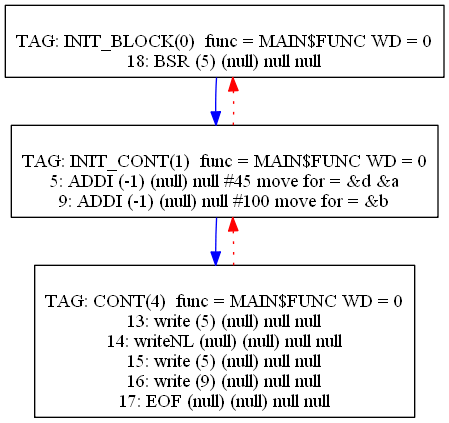
Before: Compiler/0graph.png, a diagram exported from Graphviz (mbajaj92/Project-Astoria). Its source is kept beside it as Compiler/0graph.dot.
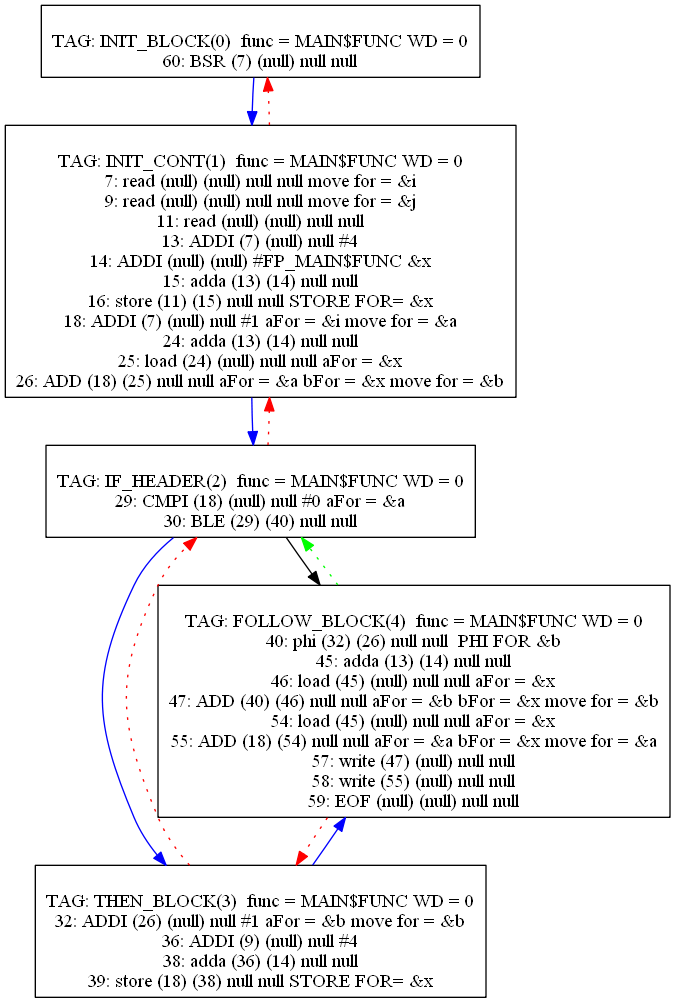
After the change.

The edit, as a diff of the source:
```diff
@@ -1,26 +1,59 @@
 digraph {
 0[label="
 TAG: INIT_BLOCK(0)  func = MAIN$FUNC WD = 0
-18: BSR (5) (null) null null
+60: BSR (7) (null) null null
 "];
 0[shape=box];
 0 -> 1[color=blue]
 1[label="
 TAG: INIT_CONT(1)  func = MAIN$FUNC WD = 0
-5: ADDI (-1) (null) null #45 move for = &d &a
-9: ADDI (-1) (null) null #100 move for = &b
+7: read (null) (null) null null move for = &i
+9: read (null) (null) null null move for = &j
+11: read (null) (null) null null
+13: ADDI (7) (null) null #4
+14: ADDI (null) (null) #FP_MAIN$FUNC &x
+15: adda (13) (14) null null
+16: store (11) (15) null null STORE FOR= &x
+18: ADDI (7) (null) null #1 aFor = &i move for = &a
+24: adda (13) (14) null null
+25: load (24) (null) null null aFor = &x
+26: ADD (18) (25) null null aFor = &a bFor = &x move for = &b
 "];
 1[shape=box];
-1 -> 4[color=blue]
+1 -> 2[color=blue]
 1 -> 0[color=red][style=dotted]
+2[label="
+TAG: IF_HEADER(2)  func = MAIN$FUNC WD = 0
+29: CMPI (18) (null) null #0 aFor = &a
+30: BLE (29) (40) null null
+"];
+2[shape=box];
+2 -> 3[color=blue]
+2 -> 4[color=black]
+2 -> 1[color=red][style=dotted]
+3[label="
+TAG: THEN_BLOCK(3)  func = MAIN$FUNC WD = 0
+32: ADDI (26) (null) null #1 aFor = &b move for = &b
+36: ADDI (9) (null) null #4
+38: adda (36) (14) null null
+39: store (18) (38) null null STORE FOR= &x
+"];
+3[shape=box];
+3 -> 4[color=blue]
+3 -> 2[color=red][style=dotted]
 4[label="
-TAG: CONT(4)  func = MAIN$FUNC WD = 0
-13: write (5) (null) null null
-14: writeNL (null) (null) null null
-15: write (5) (null) null null
-16: write (9) (null) null null
-17: EOF (null) (null) null null
+TAG: FOLLOW_BLOCK(4)  func = MAIN$FUNC WD = 0
+40: phi (32) (26) null null  PHI FOR &b
+45: adda (13) (14) null null
+46: load (45) (null) null null aFor = &x
+47: ADD (40) (46) null null aFor = &b bFor = &x move for = &b
+54: load (45) (null) null null aFor = &x
+55: ADD (18) (54) null null aFor = &a bFor = &x move for = &a
+57: write (47) (null) null null
+58: write (55) (null) null null
+59: EOF (null) (null) null null
 "];
 4[shape=box];
-4 -> 1[color=red][style=dotted]
+4 -> 3[color=red][style=dotted]
+4 -> 2[color=green][style=dotted]
 }
```
